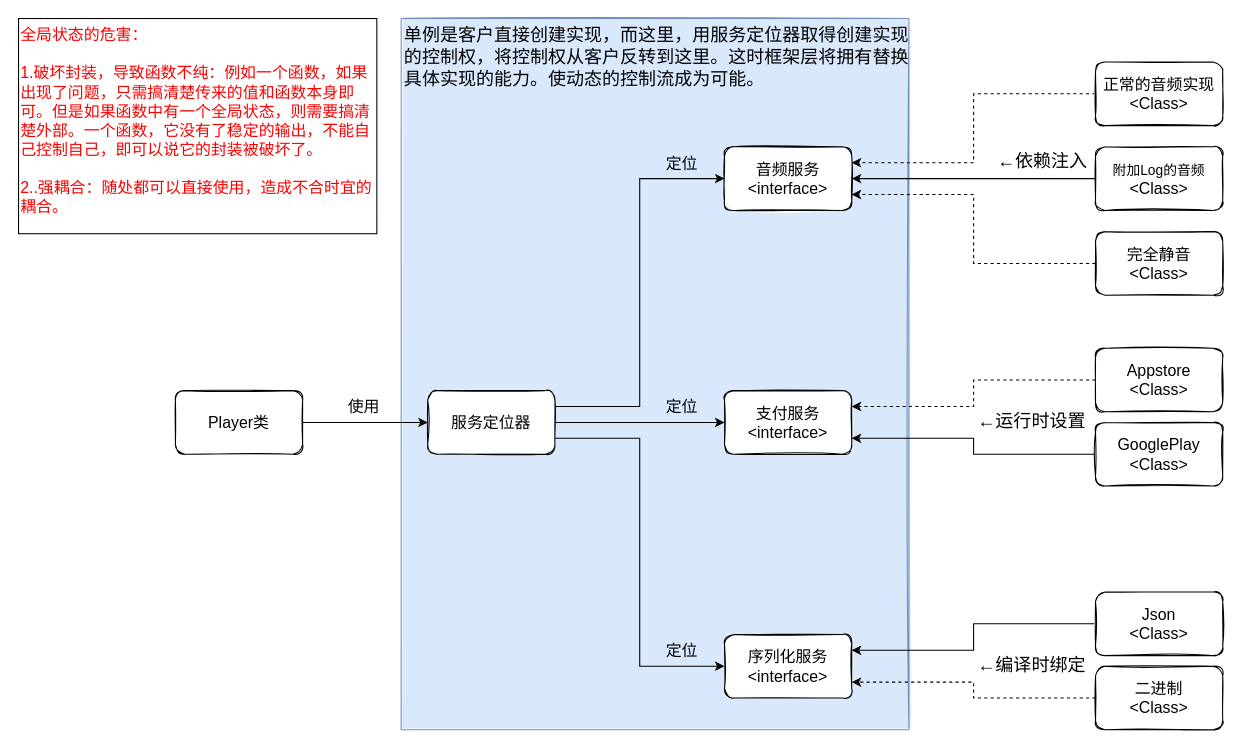
Before: page "服务定位器" (2 of 9) of StartFramework.drawio in sass00n1/StartFramework, a draw.io diagram. Source tidied: cells renumbered, new cells numbered last; positions are measured from the earlier drawing's top-left corner, leaving out a move shared by most shapes. Both pictures are drawn from the tidied source at 106%, with x=0, y=0 at pixel (18, 18).
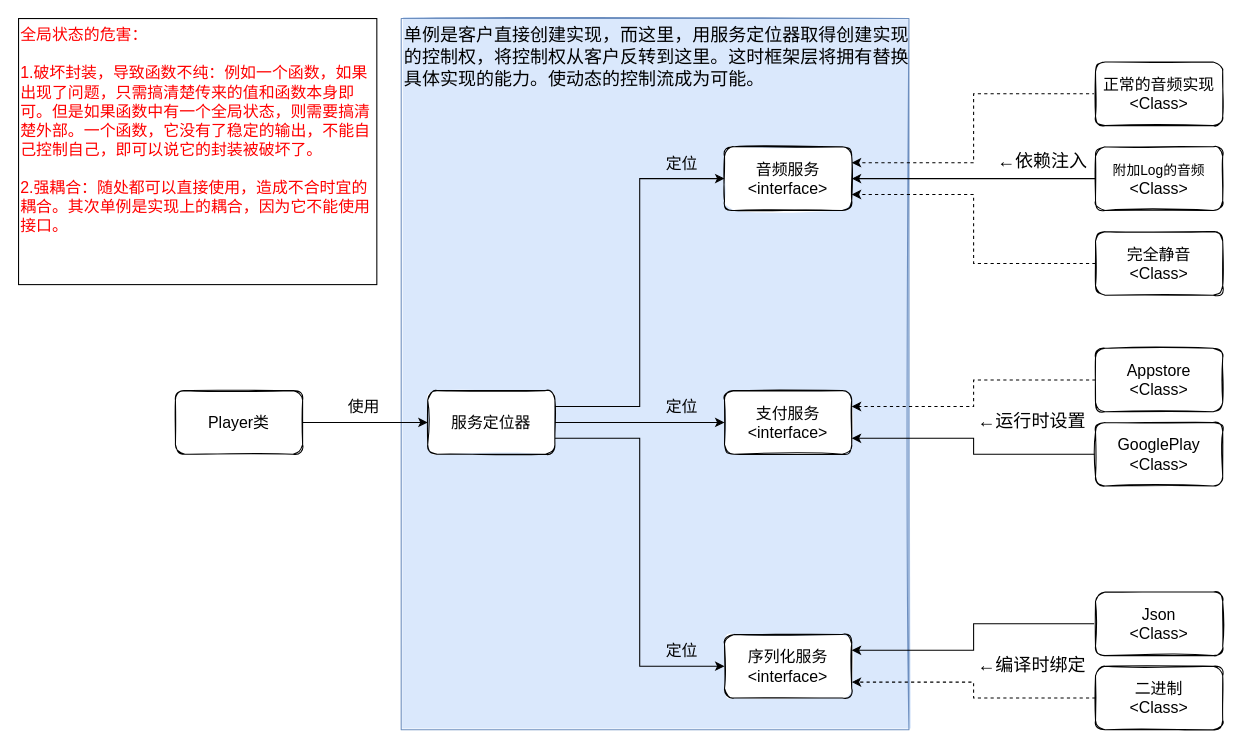
The same page after the edit.

What changed in the source:
```diff
@@
-    <mxCell id="35" value="&lt;div style=&quot;font-size: 15px&quot;&gt;&lt;font style=&quot;font-size: 15px&quot; color=&quot;#FF0000&quot;&gt;全局状态的危害：&lt;br&gt;&lt;/font&gt;&lt;/div&gt;&lt;div style=&quot;font-size: 15px&quot;&gt;&lt;font style=&quot;font-size: 15px&quot; color=&quot;#FF0000&quot;&gt;&lt;br&gt;&lt;/font&gt;&lt;/div&gt;&lt;div style=&quot;font-size: 15px&quot;&gt;&lt;font style=&quot;font-size: 15px&quot; color=&quot;#FF0000&quot;&gt;1.破坏封装，导致函数不纯：例如一个函数，如果出现了问题，只需搞清楚传来的值和函数本身即可。但是如果函数中有一个全局状态，则需要搞清楚外部。一个函数，它没有了稳定的输出，不能自己控制自己，即可以说它的封装被破坏了。&lt;/font&gt;&lt;/div&gt;&lt;div style=&quot;font-size: 15px&quot;&gt;&lt;font style=&quot;font-size: 15px&quot; color=&quot;#FF0000&quot;&gt;&lt;br&gt;&lt;/font&gt;&lt;/div&gt;&lt;div style=&quot;font-size: 15px&quot;&gt;&lt;font style=&quot;font-size: 15px&quot; color=&quot;#FF0000&quot;&gt;2..强耦合：随处都可以直接使用，造成不合时宜的耦合。&lt;br&gt;&lt;/font&gt;&lt;/div&gt;" style="rounded=0;whiteSpace=wrap;html=1;align=left;verticalAlign=top;" parent="1" vertex="1">
-      <mxGeometry width="338" height="203" as="geometry" />
+    <mxCell id="35" value="&lt;div style=&quot;font-size: 15px&quot;&gt;&lt;font style=&quot;font-size: 15px&quot; color=&quot;#FF0000&quot;&gt;全局状态的危害：&lt;br&gt;&lt;/font&gt;&lt;/div&gt;&lt;div style=&quot;font-size: 15px&quot;&gt;&lt;font style=&quot;font-size: 15px&quot; color=&quot;#FF0000&quot;&gt;&lt;br&gt;&lt;/font&gt;&lt;/div&gt;&lt;div style=&quot;font-size: 15px&quot;&gt;&lt;font style=&quot;font-size: 15px&quot; color=&quot;#FF0000&quot;&gt;1.破坏封装，导致函数不纯：例如一个函数，如果出现了问题，只需搞清楚传来的值和函数本身即可。但是如果函数中有一个全局状态，则需要搞清楚外部。一个函数，它没有了稳定的输出，不能自己控制自己，即可以说它的封装被破坏了。&lt;/font&gt;&lt;/div&gt;&lt;div style=&quot;font-size: 15px&quot;&gt;&lt;font style=&quot;font-size: 15px&quot; color=&quot;#FF0000&quot;&gt;&lt;br&gt;&lt;/font&gt;&lt;/div&gt;&lt;div style=&quot;font-size: 15px&quot;&gt;&lt;font style=&quot;font-size: 15px&quot; color=&quot;#FF0000&quot;&gt;2.强耦合：随处都可以直接使用，造成不合时宜的耦合。其次单例是实现上的耦合，因为它不能使用接口。&lt;br&gt;&lt;/font&gt;&lt;/div&gt;" style="rounded=0;whiteSpace=wrap;html=1;align=left;verticalAlign=top;" parent="1" vertex="1">
+      <mxGeometry width="338" height="251" as="geometry" />
     </mxCell>
```
